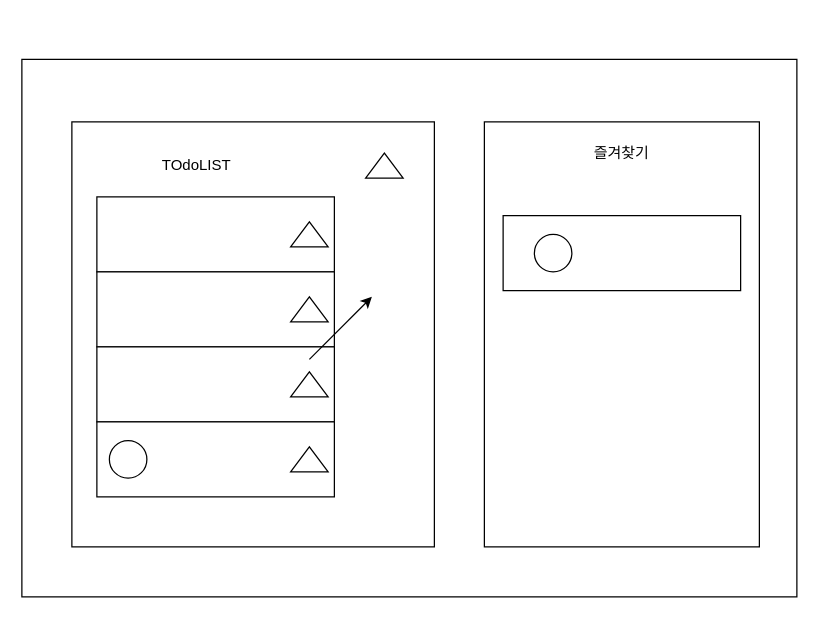
Before: 제목 없는 다이어그램.drawio in sanghee-ju/draw.io, a draw.io diagram. Source tidied: cells renumbered, new cells numbered last; positions are measured from the earlier drawing's top-left corner, leaving out a move shared by most shapes. Both pictures are drawn from the tidied source at 125%, with x=0, y=0 at pixel (21, 59).
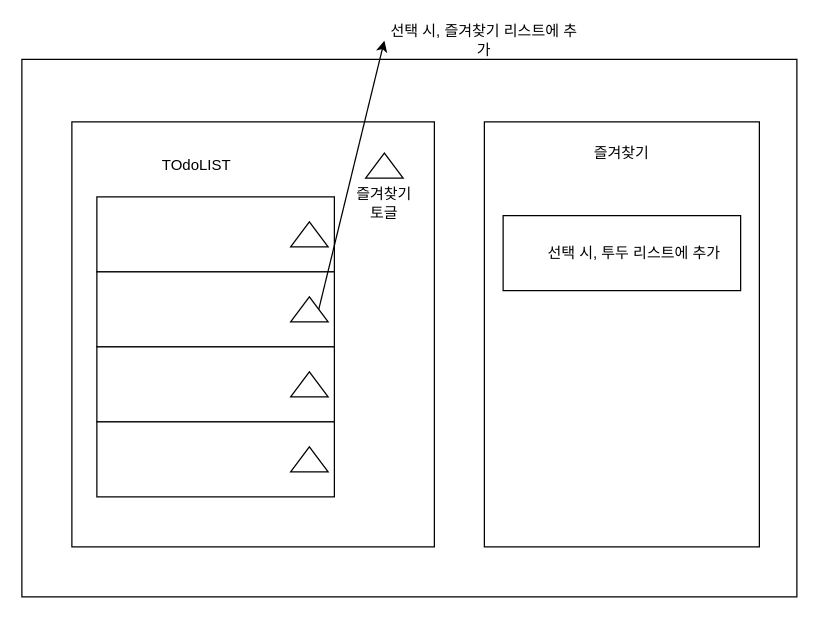
After the change.

Commit message (it also covers changes not shown here):
제목 없는 다이어그램.drawio 업데이트

The change refers to these unchanged cells:
```xml
<mxCell id="9" style="triangle;whiteSpace=wrap;html=1;rotation=-90;" parent="1" vertex="1">
  <mxGeometry x="220" y="185" width="20" height="30" as="geometry" />
</mxCell>
```

The edit, as a diff of the source:
```diff
@@
-    <mxCell id="17" style="ellipse;whiteSpace=wrap;html=1;" parent="1" vertex="1">
-      <mxGeometry x="410" y="140" width="30" height="30" as="geometry" />
-    </mxCell>
-    <mxCell id="18" style="ellipse;whiteSpace=wrap;html=1;" parent="1" vertex="1">
-      <mxGeometry x="70" y="305" width="30" height="30" as="geometry" />
-    </mxCell>
-    <mxCell id="19" style="endArrow=classic;html=1;rounded=0;" parent="1" edge="1">
-      <mxGeometry relative="1" as="geometry">
-        <mxPoint x="230" y="240" as="sourcePoint" />
-        <mxPoint x="280" y="190" as="targetPoint" />
-      </mxGeometry>
-    </mxCell>
+    <mxCell id="20" value="즐겨찾기 토글" style="text;html=1;strokeColor=none;fillColor=none;align=center;verticalAlign=middle;whiteSpace=wrap;rounded=0;" parent="1" vertex="1">
+      <mxGeometry x="260" y="100" width="60" height="30" as="geometry" />
+    </mxCell>
+    <mxCell id="21" value="선택 시, 투두 리스트에 추가" style="text;html=1;strokeColor=none;fillColor=none;align=center;verticalAlign=middle;whiteSpace=wrap;rounded=0;" parent="1" vertex="1">
+      <mxGeometry x="410" y="140" width="160" height="30" as="geometry" />
+    </mxCell>
+    <mxCell id="22" style="endArrow=classic;html=1;rounded=0;exitX=0.5;exitY=1;exitDx=0;exitDy=0;entryX=0;entryY=0.5;entryDx=0;entryDy=0;" parent="1" edge="1" source="9" target="23">
+      <mxGeometry relative="1" as="geometry" />
+    </mxCell>
+    <mxCell id="23" value="선택 시, 즐겨찾기 리스트에 추가" style="text;html=1;strokeColor=none;fillColor=none;align=center;verticalAlign=middle;whiteSpace=wrap;rounded=0;" parent="1" vertex="1">
+      <mxGeometry x="290" y="-30" width="160" height="30" as="geometry" />
+    </mxCell>
```
